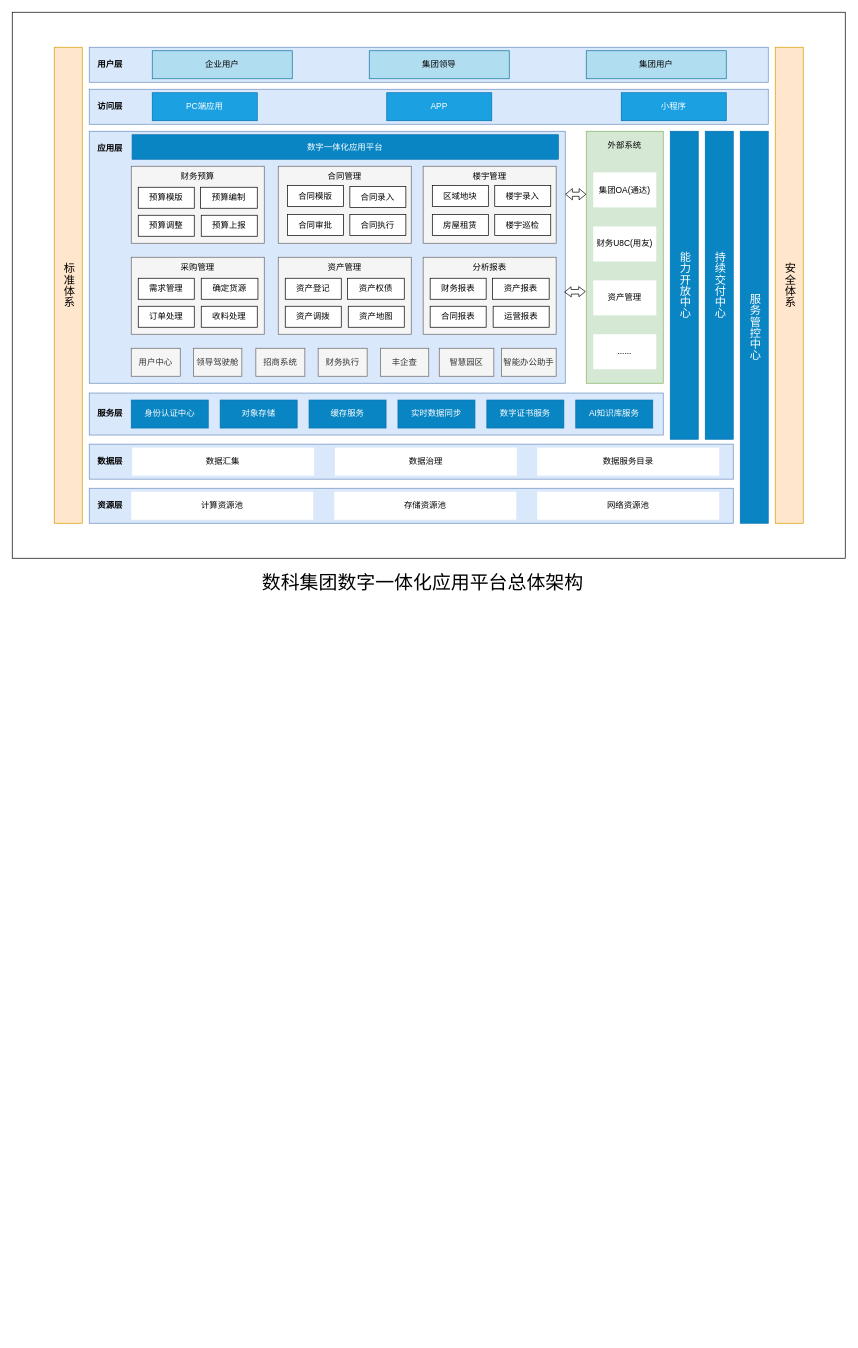
This is shihua/数科一体化平台.drawio from wbw1990/drawio, a draw.io file, before an edit. Source tidied: cells renumbered, new cells numbered last; positions are measured from the earlier drawing's top-left corner, leaving out a move shared by most shapes. Both pictures are drawn from the tidied source at 70%, with x=0, y=0 at pixel (12, 12).
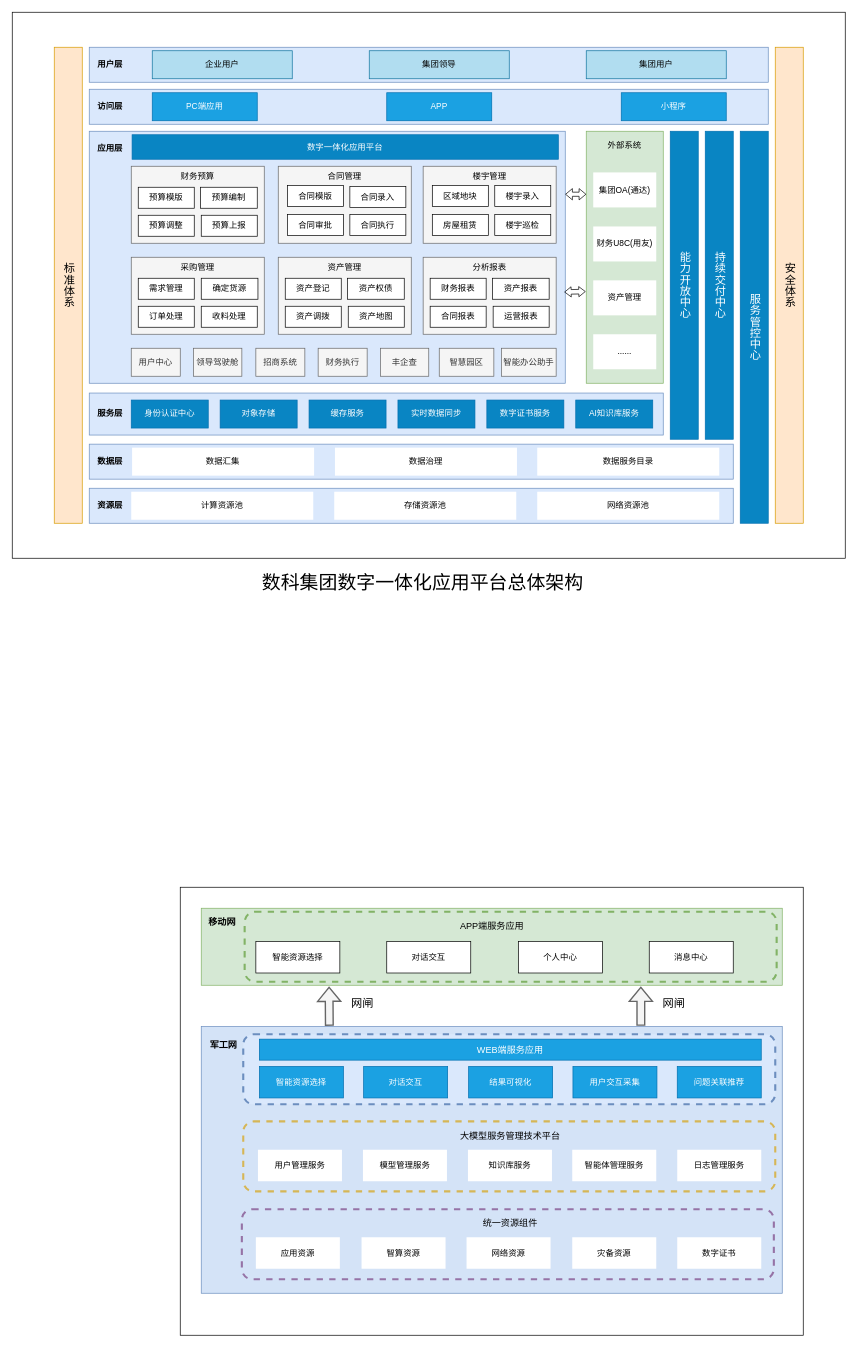
Above is the later version.

Commit message:
更新数科一体化平台.drawio

Diff of the diagram source:
```diff
@@
+    <mxCell id="91" style="rounded=0;whiteSpace=wrap;html=1;" parent="1" vertex="1">
+      <mxGeometry x="240" y="1250" width="890" height="640" as="geometry" />
+    </mxCell>
+    <mxCell id="92" style="rounded=0;whiteSpace=wrap;html=1;fillColor=#d5e8d4;strokeColor=#82b366;" parent="1" vertex="1">
+      <mxGeometry x="270" y="1280" width="830" height="110" as="geometry" />
+    </mxCell>
+    <mxCell id="93" style="rounded=1;whiteSpace=wrap;html=1;textOpacity=0;labelBackgroundColor=none;labelBorderColor=none;dashed=1;strokeWidth=3;strokeColor=#82b366;fillColor=none;" parent="1" vertex="1">
+      <mxGeometry x="332" y="1285" width="760" height="100" as="geometry" />
+    </mxCell>
@@
+    <mxCell id="94" style="rounded=0;whiteSpace=wrap;html=1;fillColor=light-dark(#d4e3f7, #1d293b);strokeColor=#6c8ebf;strokeWidth=1;" parent="1" vertex="1">
+      <mxGeometry x="270" y="1449" width="830" height="381" as="geometry" />
+    </mxCell>
+    <mxCell id="95" value="网闸" style="text;html=1;align=center;verticalAlign=middle;strokeColor=none;fillColor=none;fontSize=16;" parent="1" vertex="1">
+      <mxGeometry x="470" y="1400" width="60" height="30" as="geometry" />
+    </mxCell>
+    <mxCell id="96" value="移动网" style="text;html=1;align=center;verticalAlign=middle;whiteSpace=wrap;rounded=0;fontStyle=1;fontSize=13;" parent="1" vertex="1">
+      <mxGeometry x="270" y="1285" width="60" height="30" as="geometry" />
+    </mxCell>
+    <mxCell id="97" value="军工网" style="text;html=1;align=center;verticalAlign=middle;whiteSpace=wrap;rounded=0;fontStyle=1;fontSize=13;" parent="1" vertex="1">
+      <mxGeometry x="272" y="1460" width="60" height="30" as="geometry" />
+    </mxCell>
+    <mxCell id="98" style="rounded=1;whiteSpace=wrap;html=1;textOpacity=0;labelBackgroundColor=none;labelBorderColor=none;dashed=1;strokeWidth=3;strokeColor=#d6b656;fillColor=none;" parent="1" vertex="1">
+      <mxGeometry x="330" y="1584.5" width="760" height="100" as="geometry" />
+    </mxCell>
+    <mxCell id="99" value="用户管理服务" style="rounded=0;whiteSpace=wrap;html=1;strokeColor=none;" parent="1" vertex="1">
+      <mxGeometry x="351" y="1625" width="120" height="45" as="geometry" />
+    </mxCell>
+    <mxCell id="100" value="模型管理服务" style="rounded=0;whiteSpace=wrap;html=1;strokeColor=none;" parent="1" vertex="1">
+      <mxGeometry x="501" y="1625" width="120" height="45" as="geometry" />
+    </mxCell>
+    <mxCell id="101" value="知识库服务" style="rounded=0;whiteSpace=wrap;html=1;strokeColor=none;" parent="1" vertex="1">
+      <mxGeometry x="651" y="1625" width="120" height="45" as="geometry" />
+    </mxCell>
+    <mxCell id="102" value="日志管理服务" style="rounded=0;whiteSpace=wrap;html=1;strokeColor=none;" parent="1" vertex="1">
+      <mxGeometry x="950" y="1625" width="120" height="45" as="geometry" />
+    </mxCell>
+    <mxCell id="103" value="智能体管理服务" style="rounded=0;whiteSpace=wrap;html=1;strokeColor=none;" parent="1" vertex="1">
+      <mxGeometry x="800" y="1625" width="120" height="45" as="geometry" />
+    </mxCell>
+    <mxCell id="104" value="智能资源选择" style="rounded=0;whiteSpace=wrap;html=1;" parent="1" vertex="1">
+      <mxGeometry x="348" y="1327.5" width="120" height="45" as="geometry" />
+    </mxCell>
+    <mxCell id="105" value="对话交互" style="rounded=0;whiteSpace=wrap;html=1;" parent="1" vertex="1">
+      <mxGeometry x="535" y="1327.5" width="120" height="45" as="geometry" />
+    </mxCell>
+    <mxCell id="106" value="个人中心" style="rounded=0;whiteSpace=wrap;html=1;" parent="1" vertex="1">
+      <mxGeometry x="723" y="1327.5" width="120" height="45" as="geometry" />
+    </mxCell>
+    <mxCell id="107" value="消息中心" style="rounded=0;whiteSpace=wrap;html=1;" parent="1" vertex="1">
+      <mxGeometry x="910" y="1327.5" width="120" height="45" as="geometry" />
+    </mxCell>
+    <mxCell id="108" style="rounded=1;whiteSpace=wrap;html=1;textOpacity=0;labelBackgroundColor=none;labelBorderColor=none;dashed=1;strokeWidth=3;strokeColor=#6c8ebf;fillColor=#dae8fc;" parent="1" vertex="1">
+      <mxGeometry x="330" y="1460" width="760" height="100" as="geometry" />
+    </mxCell>
+    <mxCell id="109" value="智能资源选择" style="rounded=0;whiteSpace=wrap;html=1;fillColor=#1ba1e2;strokeColor=#006EAF;fontColor=#ffffff;" parent="1" vertex="1">
+      <mxGeometry x="353.1" y="1506" width="120" height="45" as="geometry" />
+    </mxCell>
+    <mxCell id="110" value="对话交互" style="rounded=0;whiteSpace=wrap;html=1;fillColor=#1ba1e2;fontColor=#ffffff;strokeColor=#006EAF;" parent="1" vertex="1">
+      <mxGeometry x="502" y="1506" width="120" height="45" as="geometry" />
+    </mxCell>
+    <mxCell id="111" value="结果可视化" style="rounded=0;whiteSpace=wrap;html=1;fillColor=#1ba1e2;fontColor=#ffffff;strokeColor=#006EAF;" parent="1" vertex="1">
+      <mxGeometry x="652" y="1506" width="120" height="45" as="geometry" />
+    </mxCell>
+    <mxCell id="112" value="用户交互采集" style="rounded=0;whiteSpace=wrap;html=1;fillColor=#1ba1e2;fontColor=#ffffff;strokeColor=#006EAF;" parent="1" vertex="1">
+      <mxGeometry x="801" y="1506" width="120" height="45" as="geometry" />
+    </mxCell>
+    <mxCell id="113" value="问题关联推荐" style="rounded=0;whiteSpace=wrap;html=1;fillColor=#1ba1e2;fontColor=#ffffff;strokeColor=#006EAF;" parent="1" vertex="1">
+      <mxGeometry x="950" y="1506" width="120" height="45" as="geometry" />
+    </mxCell>
+    <mxCell id="114" value="网闸" style="text;html=1;align=center;verticalAlign=middle;strokeColor=none;fillColor=none;fontSize=16;" parent="1" vertex="1">
+      <mxGeometry x="915" y="1400" width="60" height="30" as="geometry" />
+    </mxCell>
+    <mxCell id="115" value="WEB端服务应用" style="rounded=0;whiteSpace=wrap;html=1;fillColor=#1ba1e2;strokeColor=#006EAF;fontColor=#ffffff;fontSize=13;" parent="1" vertex="1">
+      <mxGeometry x="353" y="1467" width="717" height="30" as="geometry" />
+    </mxCell>
+    <mxCell id="116" value="大模型服务管理技术平台" style="text;html=1;align=center;verticalAlign=middle;whiteSpace=wrap;rounded=0;fontSize=13;" parent="1" vertex="1">
+      <mxGeometry x="590" y="1589.5" width="243" height="30" as="geometry" />
+    </mxCell>
+    <mxCell id="117" style="rounded=1;whiteSpace=wrap;html=1;textOpacity=0;labelBackgroundColor=none;labelBorderColor=none;dashed=1;strokeWidth=3;strokeColor=#9673a6;fillColor=none;" parent="1" vertex="1">
+      <mxGeometry x="328" y="1710" width="760" height="100" as="geometry" />
+    </mxCell>
+    <mxCell id="118" value="应用资源" style="rounded=0;whiteSpace=wrap;html=1;strokeColor=none;" parent="1" vertex="1">
+      <mxGeometry x="348" y="1750" width="120" height="45" as="geometry" />
+    </mxCell>
+    <mxCell id="119" value="智算资源" style="rounded=0;whiteSpace=wrap;html=1;strokeColor=none;" parent="1" vertex="1">
+      <mxGeometry x="499" y="1750" width="120" height="45" as="geometry" />
+    </mxCell>
+    <mxCell id="120" value="灾备资源" style="rounded=0;whiteSpace=wrap;html=1;strokeColor=none;" parent="1" vertex="1">
+      <mxGeometry x="800" y="1750" width="120" height="45" as="geometry" />
+    </mxCell>
+    <mxCell id="121" value="数字证书" style="rounded=0;whiteSpace=wrap;html=1;strokeColor=none;" parent="1" vertex="1">
+      <mxGeometry x="950" y="1750" width="120" height="45" as="geometry" />
+    </mxCell>
+    <mxCell id="122" value="统一资源组件" style="text;html=1;align=center;verticalAlign=middle;whiteSpace=wrap;rounded=0;fontSize=13;" parent="1" vertex="1">
+      <mxGeometry x="590" y="1715" width="243" height="30" as="geometry" />
+    </mxCell>
+    <mxCell id="123" value="网络资源" style="rounded=0;whiteSpace=wrap;html=1;strokeColor=none;" parent="1" vertex="1">
+      <mxGeometry x="649" y="1750" width="120" height="45" as="geometry" />
+    </mxCell>
+    <mxCell id="124" value="APP端服务应用" style="text;html=1;align=center;verticalAlign=middle;whiteSpace=wrap;rounded=0;fontSize=13;" parent="1" vertex="1">
+      <mxGeometry x="563.5" y="1290" width="243" height="30" as="geometry" />
+    </mxCell>
+    <mxCell id="125" style="endArrow=open;html=1;rounded=0;endFill=0;curved=0;strokeWidth=2;fillColor=#f5f5f5;strokeColor=#666666;entryX=0.22;entryY=1.018;entryDx=0;entryDy=0;entryPerimeter=0;shape=flexArrow;" parent="1" edge="1" target="92">
+      <mxGeometry relative="1" as="geometry">
+        <mxPoint x="453" y="1448" as="sourcePoint" />
+      </mxGeometry>
+    </mxCell>
+    <mxCell id="126" style="endArrow=open;html=1;rounded=0;endFill=0;curved=0;strokeWidth=2;fillColor=#f5f5f5;strokeColor=#666666;entryX=0.22;entryY=1.018;entryDx=0;entryDy=0;entryPerimeter=0;shape=flexArrow;" parent="1" edge="1">
+      <mxGeometry relative="1" as="geometry">
+        <mxPoint x="898" y="1448" as="sourcePoint" />
+        <mxPoint x="898" y="1392" as="targetPoint" />
+      </mxGeometry>
+    </mxCell>
```
